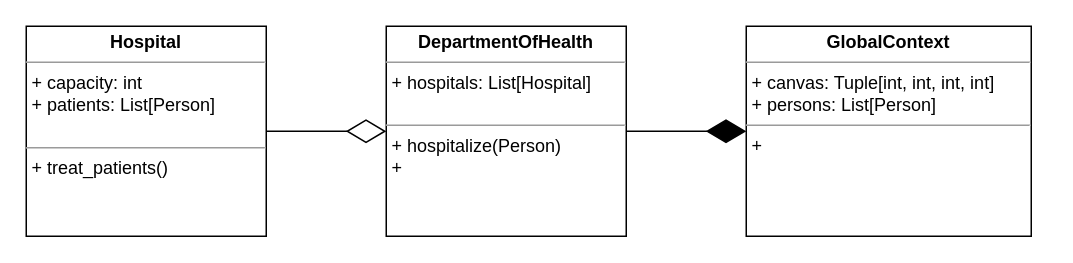
This is diagrams/Hospital Class.drawio from rolkon/covid-gof-patterns, a draw.io file, before an edit. Source tidied: cells renumbered, new cells numbered last; positions are measured from the earlier drawing's top-left corner, leaving out a move shared by most shapes. Both pictures are drawn from the tidied source at 150%, with x=0, y=0 at pixel (26, 26).
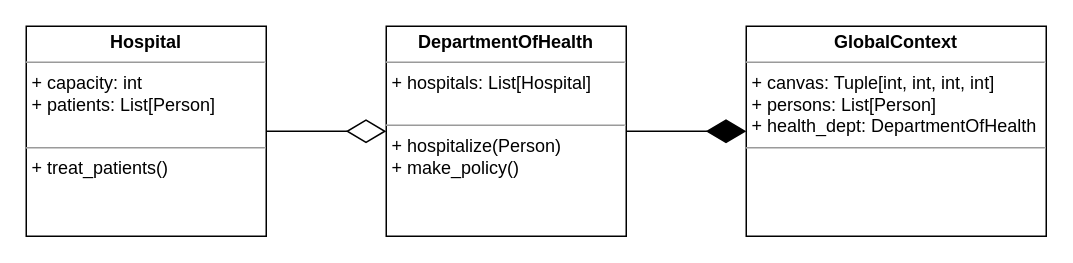
Above is the later version.

The edit, as a diff of the source:
```diff
@@
 <mxGraphModel>
   <root>
     <mxCell id="0" />
     <mxCell id="1" parent="0" />
     <mxCell id="2" style="edgeStyle=orthogonalEdgeStyle;rounded=0;jettySize=auto;html=1;exitX=1;exitY=0.5;exitDx=0;exitDy=0;entryX=0;entryY=0.5;entryDx=0;entryDy=0;endArrow=diamondThin;endFill=0;endSize=24;" parent="1" edge="1" source="3" target="5">
       <mxGeometry relative="1" as="geometry" />
     </mxCell>
     <mxCell id="3" value="&lt;p style=&quot;margin: 0px ; margin-top: 4px ; text-align: center&quot;&gt;&lt;b&gt;Hospital&lt;/b&gt;&lt;/p&gt;&lt;hr size=&quot;1&quot;&gt;&lt;p style=&quot;margin: 0px ; margin-left: 4px&quot;&gt;+ capacity: int&lt;/p&gt;&lt;p style=&quot;margin: 0px ; margin-left: 4px&quot;&gt;+ patients: List[Person]&lt;/p&gt;&lt;p style=&quot;margin: 0px ; margin-left: 4px&quot;&gt;&lt;br&gt;&lt;/p&gt;&lt;hr size=&quot;1&quot;&gt;&lt;p style=&quot;margin: 0px ; margin-left: 4px&quot;&gt;+ treat_patients()&lt;/p&gt;" style="verticalAlign=top;align=left;overflow=fill;fontSize=12;fontFamily=Helvetica;html=1;" parent="1" vertex="1">
       <mxGeometry width="160" height="140" as="geometry" />
     </mxCell>
     <mxCell id="4" style="edgeStyle=orthogonalEdgeStyle;rounded=0;jettySize=auto;html=1;entryX=0;entryY=0.5;entryDx=0;entryDy=0;endArrow=diamondThin;endFill=1;endSize=24;" parent="1" edge="1" source="5" target="6">
       <mxGeometry relative="1" as="geometry" />
     </mxCell>
-    <mxCell id="5" value="&lt;p style=&quot;margin: 0px ; margin-top: 4px ; text-align: center&quot;&gt;&lt;b&gt;DepartmentOfHealth&lt;/b&gt;&lt;br&gt;&lt;/p&gt;&lt;hr size=&quot;1&quot;&gt;&lt;p style=&quot;margin: 0px ; margin-left: 4px&quot;&gt;+ hospitals: List[Hospital]&lt;/p&gt;&lt;p style=&quot;margin: 0px ; margin-left: 4px&quot;&gt;&lt;br&gt;&lt;/p&gt;&lt;hr size=&quot;1&quot;&gt;&lt;p style=&quot;margin: 0px ; margin-left: 4px&quot;&gt;+ hospitalize(Person)&lt;/p&gt;&lt;p style=&quot;margin: 0px ; margin-left: 4px&quot;&gt;+&amp;nbsp;&lt;/p&gt;" style="verticalAlign=top;align=left;overflow=fill;fontSize=12;fontFamily=Helvetica;html=1;" parent="1" vertex="1">
+    <mxCell id="5" value="&lt;p style=&quot;margin: 0px ; margin-top: 4px ; text-align: center&quot;&gt;&lt;b&gt;DepartmentOfHealth&lt;/b&gt;&lt;br&gt;&lt;/p&gt;&lt;hr size=&quot;1&quot;&gt;&lt;p style=&quot;margin: 0px ; margin-left: 4px&quot;&gt;+ hospitals: List[Hospital]&lt;/p&gt;&lt;p style=&quot;margin: 0px ; margin-left: 4px&quot;&gt;&lt;br&gt;&lt;/p&gt;&lt;hr size=&quot;1&quot;&gt;&lt;p style=&quot;margin: 0px ; margin-left: 4px&quot;&gt;+ hospitalize(Person)&lt;/p&gt;&lt;p style=&quot;margin: 0px ; margin-left: 4px&quot;&gt;+ make_policy()&lt;/p&gt;" style="verticalAlign=top;align=left;overflow=fill;fontSize=12;fontFamily=Helvetica;html=1;" parent="1" vertex="1">
       <mxGeometry x="240" width="160" height="140" as="geometry" />
     </mxCell>
-    <mxCell id="6" value="&lt;p style=&quot;margin: 0px ; margin-top: 4px ; text-align: center&quot;&gt;&lt;b&gt;GlobalContext&lt;/b&gt;&lt;br&gt;&lt;/p&gt;&lt;hr size=&quot;1&quot;&gt;&lt;p style=&quot;margin: 0px ; margin-left: 4px&quot;&gt;+ canvas: Tuple[int, int, int, int]&lt;/p&gt;&lt;p style=&quot;margin: 0px ; margin-left: 4px&quot;&gt;+ persons: List[Person]&lt;/p&gt;&lt;hr size=&quot;1&quot;&gt;&lt;p style=&quot;margin: 0px ; margin-left: 4px&quot;&gt;+&amp;nbsp;&lt;br&gt;&lt;/p&gt;" style="verticalAlign=top;align=left;overflow=fill;fontSize=12;fontFamily=Helvetica;html=1;" parent="1" vertex="1">
-      <mxGeometry x="480" width="190" height="140" as="geometry" />
+    <mxCell id="6" value="&lt;p style=&quot;margin: 0px ; margin-top: 4px ; text-align: center&quot;&gt;&lt;b&gt;GlobalContext&lt;/b&gt;&lt;br&gt;&lt;/p&gt;&lt;hr size=&quot;1&quot;&gt;&lt;p style=&quot;margin: 0px ; margin-left: 4px&quot;&gt;+ canvas: Tuple[int, int, int, int]&lt;/p&gt;&lt;p style=&quot;margin: 0px ; margin-left: 4px&quot;&gt;+ persons: List[Person]&lt;/p&gt;&lt;p style=&quot;margin: 0px ; margin-left: 4px&quot;&gt;+ health_dept: DepartmentOfHealth&lt;/p&gt;&lt;hr size=&quot;1&quot;&gt;&lt;p style=&quot;margin: 0px ; margin-left: 4px&quot;&gt;&lt;br&gt;&lt;/p&gt;" style="verticalAlign=top;align=left;overflow=fill;fontSize=12;fontFamily=Helvetica;html=1;" parent="1" vertex="1">
+      <mxGeometry x="480" width="200" height="140" as="geometry" />
     </mxCell>
   </root>
 </mxGraphModel>
```
